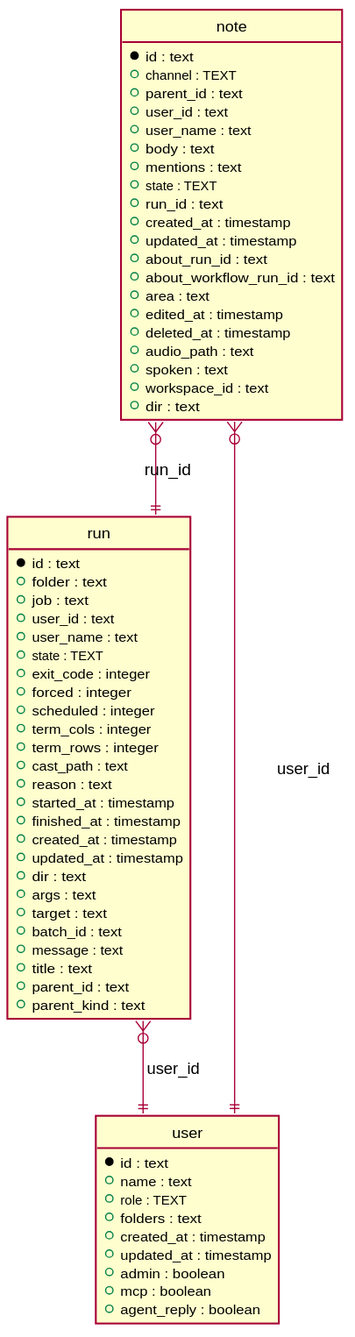
The PlantUML diagram phpfront/app/modules/threads/schema.svg in titpetric/task-ui, before a commit.
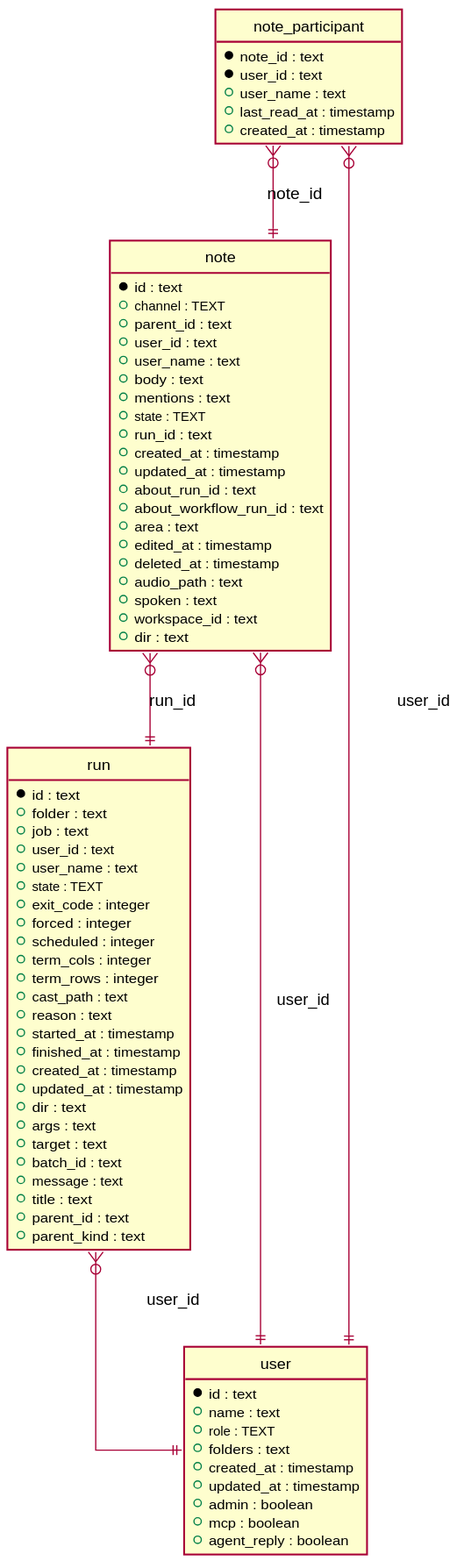
Above is the later version.

What changed in the source:
```diff
@@ -25,6 +25,14 @@
   + spoken : text
   + workspace_id : text
   + dir : text
+}
+
+entity "note_participant" {
+  * note_id : text
+  * user_id : text
+  + user_name : text
+  + last_read_at : timestamp
+  + created_at : timestamp
 }
 
 entity "run" {
@@ -69,5 +77,7 @@
 
 note }o--|| user : user_id
 note }o--|| run : run_id
+note_participant }o--|| note : note_id
+note_participant }o--|| user : user_id
 run }o--|| user : user_id
 @enduml
```
